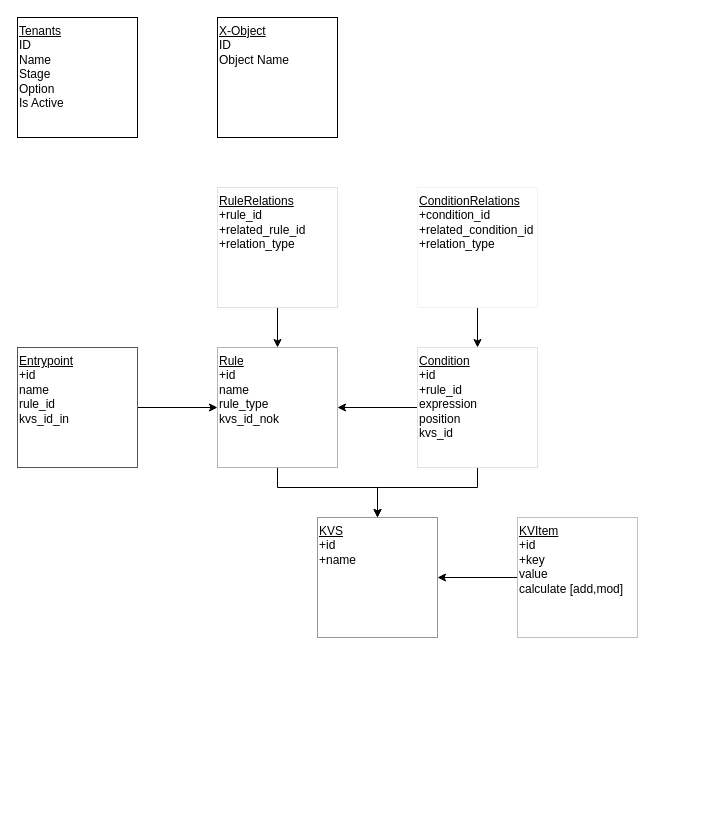
Above: page "Connections" (2 of 4) of NRule.drawio in edervzz/nrules (draw.io), before the change. Source tidied: cells renumbered, new cells numbered last; positions are measured from the earlier drawing's top-left corner, leaving out a move shared by most shapes. Both pictures are drawn from the tidied source at 100%, with x=0, y=0 at pixel (17, 17).
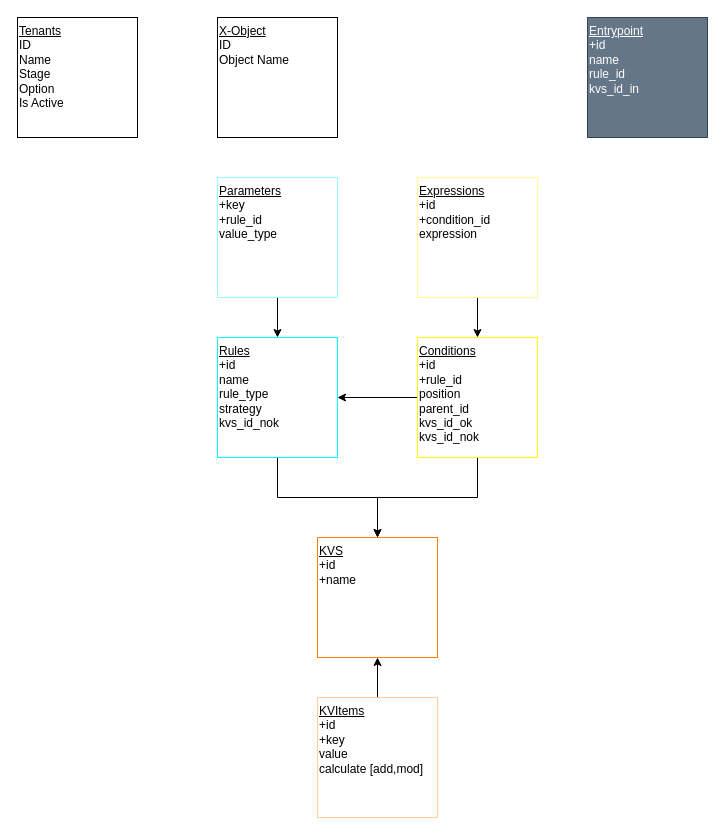
The same page after the edit.

Change to the diagram source:
```diff
@@
     <mxCell id="5" style="edgeStyle=orthogonalEdgeStyle;rounded=0;jettySize=auto;html=1;entryX=0.5;entryY=0;entryDx=0;entryDy=0;" parent="1" edge="1" source="6" target="13">
       <mxGeometry relative="1" as="geometry">
         <Array as="points">
-          <mxPoint x="460" y="470" />
-          <mxPoint x="360" y="470" />
+          <mxPoint x="460" y="480" />
+          <mxPoint x="360" y="480" />
         </Array>
       </mxGeometry>
     </mxCell>
-    <mxCell id="6" value="&lt;span style=&quot;background-color: initial;&quot;&gt;&lt;u&gt;Condition&lt;/u&gt;&lt;/span&gt;&lt;span style=&quot;background-color: initial;&quot;&gt;&lt;br&gt;&lt;/span&gt;+id&lt;br&gt;+rule_id&lt;br&gt;&lt;div&gt;&lt;/div&gt;expression&lt;br&gt;position&lt;br&gt;kvs_id" style="rounded=0;whiteSpace=wrap;html=1;align=left;verticalAlign=top;strokeColor=#FFFF00;" parent="1" vertex="1">
-      <mxGeometry x="400" y="330" width="120" height="120" as="geometry" />
+    <mxCell id="6" value="&lt;span style=&quot;background-color: initial;&quot;&gt;&lt;u&gt;Conditions&lt;/u&gt;&lt;/span&gt;&lt;span style=&quot;background-color: initial;&quot;&gt;&lt;br&gt;&lt;/span&gt;+id&lt;br&gt;+rule_id&lt;br&gt;&lt;div&gt;&lt;/div&gt;position&lt;div&gt;parent_id&lt;br&gt;kvs_id_ok&lt;/div&gt;&lt;div&gt;kvs_id_nok&lt;br&gt;&lt;/div&gt;" style="rounded=0;whiteSpace=wrap;html=1;align=left;verticalAlign=top;strokeColor=#FFFF00;" parent="1" vertex="1">
+      <mxGeometry x="400" y="320" width="120" height="120" as="geometry" />
     </mxCell>
     <mxCell id="7" style="edgeStyle=orthogonalEdgeStyle;rounded=0;jettySize=auto;html=1;" parent="1" edge="1" source="8" target="13">
       <mxGeometry relative="1" as="geometry">
         <Array as="points">
-          <mxPoint x="260" y="470" />
-          <mxPoint x="360" y="470" />
+          <mxPoint x="260" y="480" />
+          <mxPoint x="360" y="480" />
         </Array>
       </mxGeometry>
     </mxCell>
-    <mxCell id="8" value="&lt;span style=&quot;background-color: initial;&quot;&gt;&lt;u&gt;Rule&lt;/u&gt;&lt;/span&gt;&lt;span style=&quot;background-color: initial;&quot;&gt;&lt;br&gt;&lt;/span&gt;+id&lt;br&gt;name&lt;div&gt;rule_type&lt;br&gt;&lt;div&gt;&lt;div&gt;kvs_id_nok&lt;/div&gt;&lt;/div&gt;&lt;/div&gt;" style="rounded=0;whiteSpace=wrap;html=1;align=left;verticalAlign=top;strokeColor=#00FFFF;" parent="1" vertex="1">
-      <mxGeometry x="200" y="330" width="120" height="120" as="geometry" />
+    <mxCell id="8" value="&lt;span style=&quot;background-color: initial;&quot;&gt;&lt;u&gt;Rules&lt;/u&gt;&lt;/span&gt;&lt;span style=&quot;background-color: initial;&quot;&gt;&lt;br&gt;&lt;/span&gt;+id&lt;br&gt;name&lt;div&gt;rule_type&lt;/div&gt;&lt;div&gt;strategy&lt;br&gt;&lt;div&gt;&lt;div&gt;kvs_id_nok&lt;/div&gt;&lt;/div&gt;&lt;/div&gt;" style="rounded=0;whiteSpace=wrap;html=1;align=left;verticalAlign=top;strokeColor=#00FFFF;" parent="1" vertex="1">
+      <mxGeometry x="200" y="320" width="120" height="120" as="geometry" />
     </mxCell>
-    <mxCell id="9" style="edgeStyle=orthogonalEdgeStyle;rounded=0;jettySize=auto;html=1;" parent="1" edge="1" source="10" target="8">
-      <mxGeometry relative="1" as="geometry" />
-    </mxCell>
-    <mxCell id="10" value="&lt;span style=&quot;background-color: initial;&quot;&gt;&lt;u&gt;Entrypoint&lt;/u&gt;&lt;/span&gt;&lt;span style=&quot;background-color: initial;&quot;&gt;&lt;br&gt;&lt;/span&gt;+id&lt;div&gt;name&lt;br&gt;&lt;div&gt;rule_id&lt;/div&gt;&lt;/div&gt;&lt;div&gt;kvs_id_in&lt;/div&gt;" style="rounded=0;whiteSpace=wrap;html=1;align=left;verticalAlign=top;strokeColor=#CC00CC;" parent="1" vertex="1">
-      <mxGeometry y="330" width="120" height="120" as="geometry" />
+    <mxCell id="10" value="&lt;span style=&quot;background-color: initial;&quot;&gt;&lt;u&gt;Entrypoint&lt;/u&gt;&lt;/span&gt;&lt;span style=&quot;background-color: initial;&quot;&gt;&lt;br&gt;&lt;/span&gt;+id&lt;div&gt;name&lt;br&gt;&lt;div&gt;rule_id&lt;/div&gt;&lt;/div&gt;&lt;div&gt;kvs_id_in&lt;/div&gt;" style="rounded=0;whiteSpace=wrap;html=1;align=left;verticalAlign=top;fillColor=#647687;fontColor=#ffffff;strokeColor=#314354;" parent="1" vertex="1">
+      <mxGeometry x="570" width="120" height="120" as="geometry" />
     </mxCell>
@@
-    <mxCell id="12" value="&lt;div&gt;&lt;span style=&quot;background-color: initial;&quot;&gt;&lt;u&gt;KVItem&lt;/u&gt;&lt;/span&gt;&lt;/div&gt;&lt;span style=&quot;background-color: initial;&quot;&gt;&lt;div&gt;&lt;span style=&quot;background-color: initial;&quot;&gt;+id&lt;/span&gt;&lt;/div&gt;&lt;/span&gt;&lt;span style=&quot;background-color: initial;&quot;&gt;+key&lt;/span&gt;&lt;div&gt;&lt;span style=&quot;background-color: initial;&quot;&gt;value&lt;/span&gt;&lt;/div&gt;&lt;div&gt;calculate [add,mod]&lt;/div&gt;" style="rounded=0;whiteSpace=wrap;html=1;align=left;verticalAlign=top;strokeColor=#FFB366;" parent="1" vertex="1">
-      <mxGeometry x="500" y="500" width="120" height="120" as="geometry" />
+    <mxCell id="12" value="&lt;div&gt;&lt;span style=&quot;background-color: initial;&quot;&gt;&lt;u&gt;KVItems&lt;/u&gt;&lt;/span&gt;&lt;/div&gt;&lt;span style=&quot;background-color: initial;&quot;&gt;&lt;div&gt;&lt;span style=&quot;background-color: initial;&quot;&gt;+id&lt;/span&gt;&lt;/div&gt;&lt;/span&gt;&lt;span style=&quot;background-color: initial;&quot;&gt;+key&lt;/span&gt;&lt;div&gt;&lt;span style=&quot;background-color: initial;&quot;&gt;value&lt;/span&gt;&lt;/div&gt;&lt;div&gt;calculate [add,mod]&lt;/div&gt;" style="rounded=0;whiteSpace=wrap;html=1;align=left;verticalAlign=top;strokeColor=#FFCC99;" parent="1" vertex="1">
+      <mxGeometry x="300" y="680" width="120" height="120" as="geometry" />
     </mxCell>
     <mxCell id="13" value="&lt;div&gt;&lt;span style=&quot;background-color: initial;&quot;&gt;&lt;u&gt;KVS&lt;/u&gt;&lt;/span&gt;&lt;/div&gt;&lt;span style=&quot;background-color: initial;&quot;&gt;&lt;div&gt;&lt;span style=&quot;background-color: initial;&quot;&gt;+id&lt;/span&gt;&lt;/div&gt;&lt;/span&gt;&lt;span style=&quot;background-color: initial;&quot;&gt;+name&lt;/span&gt;" style="rounded=0;whiteSpace=wrap;html=1;align=left;verticalAlign=top;strokeColor=#FF8000;" parent="1" vertex="1">
-      <mxGeometry x="300" y="500" width="120" height="120" as="geometry" />
+      <mxGeometry x="300" y="520" width="120" height="120" as="geometry" />
     </mxCell>
@@
-    <mxCell id="15" value="&lt;span style=&quot;background-color: initial;&quot;&gt;&lt;u&gt;ConditionRelations&lt;/u&gt;&lt;/span&gt;&lt;span style=&quot;background-color: initial;&quot;&gt;&lt;br&gt;&lt;/span&gt;+condition_id&lt;br&gt;+related_condition_id&lt;br&gt;&lt;div&gt;&lt;/div&gt;+relation_type" style="rounded=0;whiteSpace=wrap;html=1;align=left;verticalAlign=top;strokeColor=#FFFF99;" parent="1" vertex="1">
-      <mxGeometry x="400" y="170" width="120" height="120" as="geometry" />
+    <mxCell id="15" value="&lt;span style=&quot;background-color: initial;&quot;&gt;&lt;u&gt;Expressions&lt;/u&gt;&lt;/span&gt;&lt;span style=&quot;background-color: initial;&quot;&gt;&lt;br&gt;&lt;/span&gt;+id&lt;br&gt;&lt;div&gt;+condition_id&lt;br&gt;expression&lt;/div&gt;" style="rounded=0;whiteSpace=wrap;html=1;align=left;verticalAlign=top;strokeColor=#FFFF99;" parent="1" vertex="1">
+      <mxGeometry x="400" y="160" width="120" height="120" as="geometry" />
     </mxCell>
@@
-    <mxCell id="17" value="&lt;span style=&quot;background-color: initial;&quot;&gt;&lt;u&gt;RuleRelations&lt;/u&gt;&lt;/span&gt;&lt;span style=&quot;background-color: initial;&quot;&gt;&lt;br&gt;&lt;/span&gt;+rule_id&lt;br&gt;+related_rule_id&lt;br&gt;&lt;div&gt;&lt;/div&gt;+relation_type" style="rounded=0;whiteSpace=wrap;html=1;align=left;verticalAlign=top;strokeColor=#99FFFF;" parent="1" vertex="1">
-      <mxGeometry x="200" y="170" width="120" height="120" as="geometry" />
+    <mxCell id="17" value="&lt;u&gt;Parameters&lt;/u&gt;&lt;div&gt;+key&lt;/div&gt;&lt;div&gt;+rule_id&lt;/div&gt;&lt;div&gt;value_type&lt;/div&gt;" style="rounded=0;whiteSpace=wrap;html=1;align=left;verticalAlign=top;strokeColor=#99FFFF;" parent="1" vertex="1">
+      <mxGeometry x="200" y="160" width="120" height="120" as="geometry" />
     </mxCell>
```
